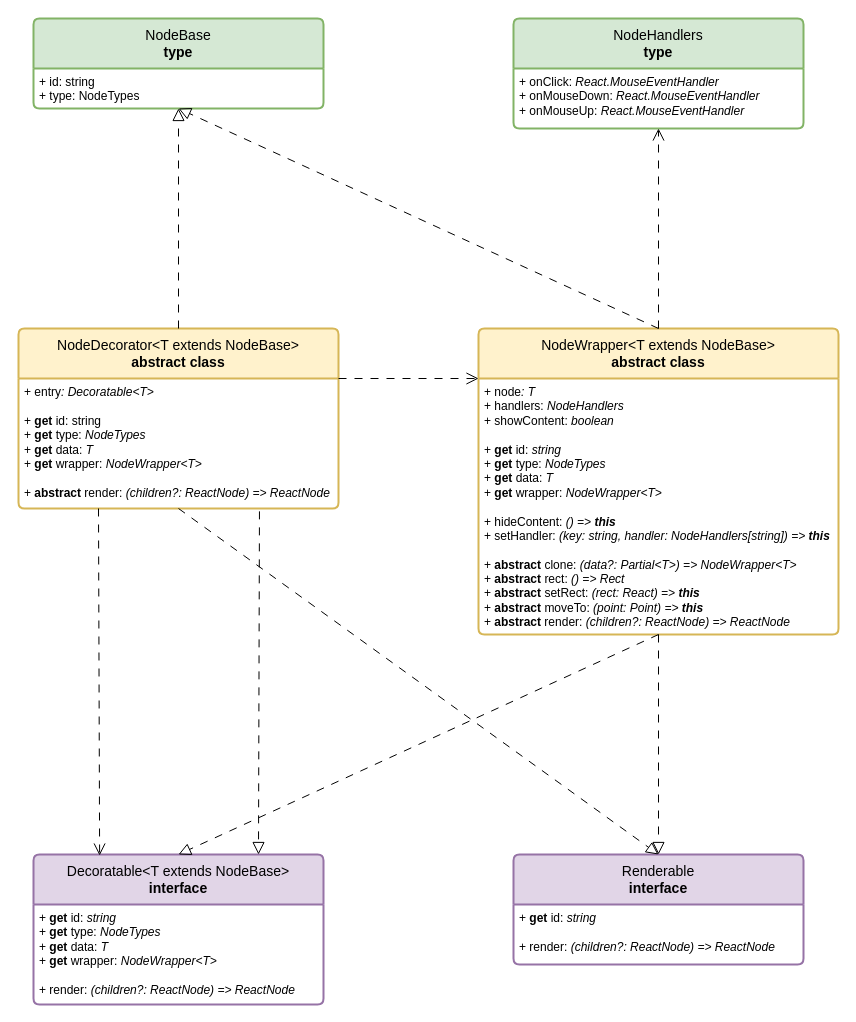
Earlier version of the draw.io diagram page "Core" (2 of 9) of docs/calypso.drawio (TarhunchiKKK/calypso). Source tidied: cells renumbered, new cells numbered last; positions are measured from the earlier drawing's top-left corner, leaving out a move shared by most shapes. Both pictures are drawn from the tidied source at 100%, with x=0, y=0 at pixel (18, 18).
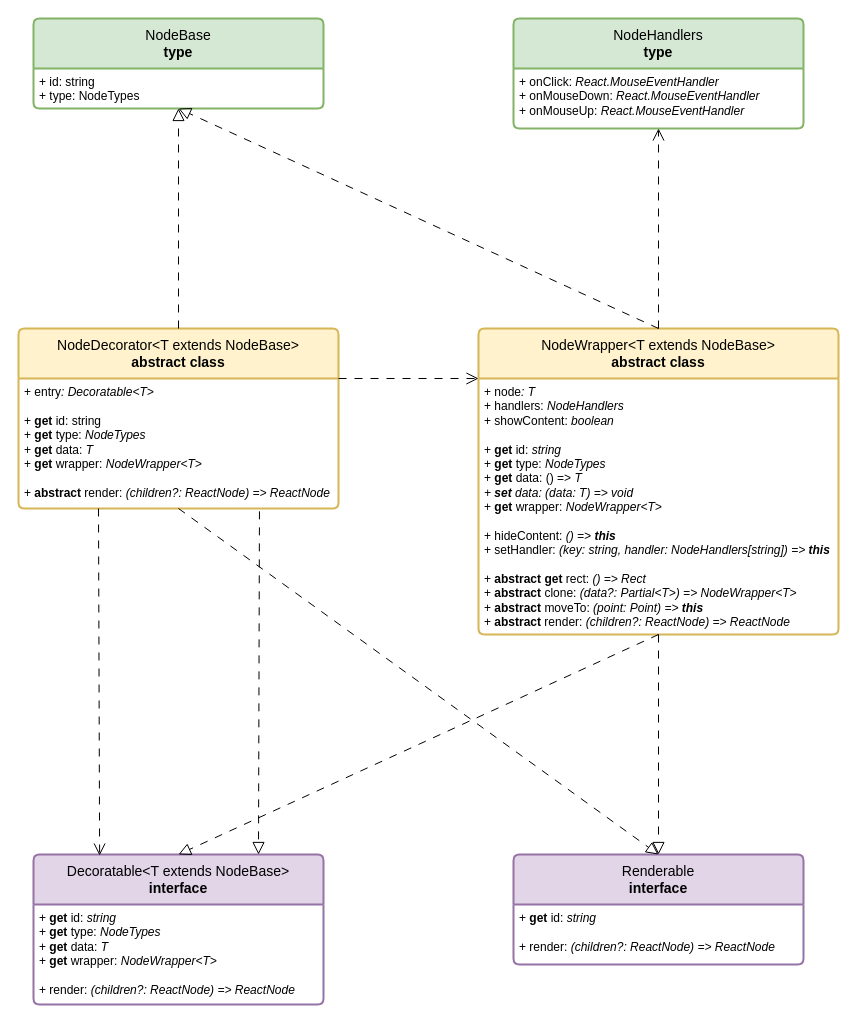
After the change.

Unchanged cells that the change refers to:
```xml
<mxCell id="8" value="NodeWrapper&amp;lt;T extends NodeBase&amp;gt;&lt;div&gt;&lt;b&gt;abstract class&lt;/b&gt;&lt;/div&gt;" style="swimlane;horizontal=1;startSize=50;rounded=1;fontSize=14;fontStyle=0;strokeWidth=2;shadow=0;dashed=0;align=center;arcSize=4;whiteSpace=wrap;html=1;fillColor=#fff2cc;strokeColor=#d6b656;" parent="1" vertex="1">
  <mxGeometry x="460" y="310" width="360" height="306" as="geometry" />
</mxCell>
```

The edit, as a diff of the source:
```diff
@@
-    <mxCell id="9" value="&lt;div&gt;+&amp;nbsp;&lt;span style=&quot;background-color: transparent; color: light-dark(rgb(0, 0, 0), rgb(255, 255, 255));&quot;&gt;node&lt;/span&gt;&lt;i style=&quot;background-color: transparent; color: light-dark(rgb(0, 0, 0), rgb(255, 255, 255));&quot;&gt;: T&lt;/i&gt;&lt;/div&gt;&lt;div&gt;+ handlers: &lt;i&gt;NodeHandlers&lt;/i&gt;&lt;/div&gt;&lt;div&gt;+&amp;nbsp;&lt;span style=&quot;background-color: transparent; color: light-dark(rgb(0, 0, 0), rgb(255, 255, 255));&quot;&gt;showContent:&amp;nbsp;&lt;/span&gt;&lt;i style=&quot;background-color: transparent; color: light-dark(rgb(0, 0, 0), rgb(255, 255, 255));&quot;&gt;boolean&lt;/i&gt;&lt;/div&gt;&lt;div&gt;&lt;br&gt;&lt;/div&gt;+ &lt;b&gt;get&lt;/b&gt;&amp;nbsp;id: &lt;i&gt;string&lt;/i&gt;&lt;div&gt;+&amp;nbsp;&lt;b style=&quot;background-color: transparent; color: light-dark(rgb(0, 0, 0), rgb(255, 255, 255));&quot;&gt;get&lt;/b&gt;&lt;span style=&quot;background-color: transparent; color: light-dark(rgb(0, 0, 0), rgb(255, 255, 255));&quot;&gt;&amp;nbsp;&lt;/span&gt;&lt;span style=&quot;background-color: transparent; color: light-dark(rgb(0, 0, 0), rgb(255, 255, 255));&quot;&gt;type: &lt;i&gt;NodeTypes&lt;/i&gt;&lt;/span&gt;&lt;/div&gt;&lt;div&gt;+&amp;nbsp;&lt;b style=&quot;background-color: transparent; color: light-dark(rgb(0, 0, 0), rgb(255, 255, 255));&quot;&gt;get&lt;/b&gt;&lt;span style=&quot;background-color: transparent; color: light-dark(rgb(0, 0, 0), rgb(255, 255, 255));&quot;&gt;&amp;nbsp;&lt;/span&gt;&lt;span style=&quot;background-color: transparent; color: light-dark(rgb(0, 0, 0), rgb(255, 255, 255));&quot;&gt;data: &lt;i&gt;T&lt;/i&gt;&lt;/span&gt;&lt;/div&gt;&lt;div&gt;+&amp;nbsp;&lt;b style=&quot;background-color: transparent; color: light-dark(rgb(0, 0, 0), rgb(255, 255, 255));&quot;&gt;get&lt;/b&gt;&lt;span style=&quot;background-color: transparent; color: light-dark(rgb(0, 0, 0), rgb(255, 255, 255));&quot;&gt;&amp;nbsp;&lt;/span&gt;&lt;span style=&quot;background-color: transparent; color: light-dark(rgb(0, 0, 0), rgb(255, 255, 255));&quot;&gt;wrapper: &lt;i&gt;NodeWrapper&amp;lt;T&amp;gt;&lt;/i&gt;&lt;/span&gt;&lt;/div&gt;&lt;div&gt;&lt;br&gt;&lt;/div&gt;&lt;div&gt;+ hideContent: &lt;i&gt;() =&amp;gt; &lt;b&gt;this&lt;/b&gt;&lt;/i&gt;&lt;/div&gt;&lt;div&gt;+ setHandler: &lt;i&gt;(key: string, handler: NodeHandlers[string]) =&amp;gt; &lt;b&gt;this&lt;/b&gt;&lt;/i&gt;&lt;/div&gt;&lt;div&gt;&lt;br&gt;&lt;/div&gt;&lt;div&gt;+&amp;nbsp;&lt;b style=&quot;background-color: transparent; color: light-dark(rgb(0, 0, 0), rgb(255, 255, 255));&quot;&gt;abstract&lt;/b&gt;&lt;span style=&quot;background-color: transparent; color: light-dark(rgb(0, 0, 0), rgb(255, 255, 255));&quot;&gt;&amp;nbsp;&lt;/span&gt;&lt;span style=&quot;background-color: transparent; color: light-dark(rgb(0, 0, 0), rgb(255, 255, 255));&quot;&gt;clone: &lt;/span&gt;&lt;i style=&quot;background-color: transparent; color: light-dark(rgb(0, 0, 0), rgb(255, 255, 255));&quot;&gt;(data?: Partial&amp;lt;T&amp;gt;) =&amp;gt; NodeWrapper&amp;lt;T&amp;gt;&lt;/i&gt;&lt;/div&gt;&lt;div&gt;+&amp;nbsp;&lt;b style=&quot;background-color: transparent; color: light-dark(rgb(0, 0, 0), rgb(255, 255, 255));&quot;&gt;abstract&lt;/b&gt;&lt;span style=&quot;background-color: transparent; color: light-dark(rgb(0, 0, 0), rgb(255, 255, 255));&quot;&gt;&amp;nbsp;&lt;/span&gt;&lt;span style=&quot;background-color: transparent; color: light-dark(rgb(0, 0, 0), rgb(255, 255, 255));&quot;&gt;rect: &lt;/span&gt;&lt;i style=&quot;background-color: transparent; color: light-dark(rgb(0, 0, 0), rgb(255, 255, 255));&quot;&gt;() =&amp;gt; Rect&lt;/i&gt;&lt;/div&gt;&lt;div&gt;+&amp;nbsp;&lt;b style=&quot;background-color: transparent; color: light-dark(rgb(0, 0, 0), rgb(255, 255, 255));&quot;&gt;abstract&lt;/b&gt;&lt;span style=&quot;background-color: transparent; color: light-dark(rgb(0, 0, 0), rgb(255, 255, 255));&quot;&gt;&amp;nbsp;&lt;/span&gt;&lt;span style=&quot;background-color: transparent; color: light-dark(rgb(0, 0, 0), rgb(255, 255, 255));&quot;&gt;setRect: &lt;/span&gt;&lt;i style=&quot;background-color: transparent; color: light-dark(rgb(0, 0, 0), rgb(255, 255, 255));&quot;&gt;(rect: React) =&amp;gt; &lt;b&gt;this&lt;/b&gt;&lt;/i&gt;&lt;/div&gt;&lt;div&gt;+&amp;nbsp;&lt;b style=&quot;background-color: transparent; color: light-dark(rgb(0, 0, 0), rgb(255, 255, 255));&quot;&gt;abstract&lt;/b&gt;&lt;span style=&quot;background-color: transparent; color: light-dark(rgb(0, 0, 0), rgb(255, 255, 255));&quot;&gt;&amp;nbsp;&lt;/span&gt;&lt;span style=&quot;background-color: transparent; color: light-dark(rgb(0, 0, 0), rgb(255, 255, 255));&quot;&gt;moveTo: &lt;/span&gt;&lt;i style=&quot;background-color: transparent; color: light-dark(rgb(0, 0, 0), rgb(255, 255, 255));&quot;&gt;(point: Point) =&amp;gt; &lt;b&gt;this&lt;/b&gt;&lt;/i&gt;&lt;/div&gt;&lt;div&gt;+ &lt;b&gt;abstract&lt;/b&gt;&amp;nbsp;render: &lt;i&gt;(children?: ReactNode) =&amp;gt; ReactNode&lt;/i&gt;&lt;/div&gt;" style="align=left;strokeColor=none;fillColor=none;spacingLeft=4;spacingRight=4;fontSize=12;verticalAlign=top;html=1;whiteSpace=wrap;" parent="8" vertex="1">
+    <mxCell id="9" value="&lt;div&gt;+&amp;nbsp;&lt;span style=&quot;background-color: transparent; color: light-dark(rgb(0, 0, 0), rgb(255, 255, 255));&quot;&gt;node&lt;/span&gt;&lt;i style=&quot;background-color: transparent; color: light-dark(rgb(0, 0, 0), rgb(255, 255, 255));&quot;&gt;: T&lt;/i&gt;&lt;/div&gt;&lt;div&gt;+ handlers: &lt;i&gt;NodeHandlers&lt;/i&gt;&lt;/div&gt;&lt;div&gt;+&amp;nbsp;&lt;span style=&quot;background-color: transparent; color: light-dark(rgb(0, 0, 0), rgb(255, 255, 255));&quot;&gt;showContent:&amp;nbsp;&lt;/span&gt;&lt;i style=&quot;background-color: transparent; color: light-dark(rgb(0, 0, 0), rgb(255, 255, 255));&quot;&gt;boolean&lt;/i&gt;&lt;/div&gt;&lt;div&gt;&lt;br&gt;&lt;/div&gt;+ &lt;b&gt;get&lt;/b&gt;&amp;nbsp;id: &lt;i&gt;string&lt;/i&gt;&lt;div&gt;+&amp;nbsp;&lt;b style=&quot;background-color: transparent; color: light-dark(rgb(0, 0, 0), rgb(255, 255, 255));&quot;&gt;get&lt;/b&gt;&lt;span style=&quot;background-color: transparent; color: light-dark(rgb(0, 0, 0), rgb(255, 255, 255));&quot;&gt;&amp;nbsp;&lt;/span&gt;&lt;span style=&quot;background-color: transparent; color: light-dark(rgb(0, 0, 0), rgb(255, 255, 255));&quot;&gt;type: &lt;i&gt;NodeTypes&lt;/i&gt;&lt;/span&gt;&lt;/div&gt;&lt;div&gt;+&amp;nbsp;&lt;b style=&quot;background-color: transparent; color: light-dark(rgb(0, 0, 0), rgb(255, 255, 255));&quot;&gt;get&lt;/b&gt;&lt;span style=&quot;background-color: transparent; color: light-dark(rgb(0, 0, 0), rgb(255, 255, 255));&quot;&gt;&amp;nbsp;&lt;/span&gt;&lt;span style=&quot;background-color: transparent; color: light-dark(rgb(0, 0, 0), rgb(255, 255, 255));&quot;&gt;data: () =&amp;gt;&amp;nbsp;&lt;i&gt;T&lt;/i&gt;&lt;/span&gt;&lt;/div&gt;&lt;div&gt;&lt;span style=&quot;background-color: transparent; color: light-dark(rgb(0, 0, 0), rgb(255, 255, 255));&quot;&gt;&lt;i&gt;+ &lt;b&gt;set&lt;/b&gt;&amp;nbsp;data: (data: T) =&amp;gt; void&lt;/i&gt;&lt;/span&gt;&lt;/div&gt;&lt;div&gt;+&amp;nbsp;&lt;b style=&quot;background-color: transparent; color: light-dark(rgb(0, 0, 0), rgb(255, 255, 255));&quot;&gt;get&lt;/b&gt;&lt;span style=&quot;background-color: transparent; color: light-dark(rgb(0, 0, 0), rgb(255, 255, 255));&quot;&gt;&amp;nbsp;&lt;/span&gt;&lt;span style=&quot;background-color: transparent; color: light-dark(rgb(0, 0, 0), rgb(255, 255, 255));&quot;&gt;wrapper: &lt;i&gt;NodeWrapper&amp;lt;T&amp;gt;&lt;/i&gt;&lt;/span&gt;&lt;/div&gt;&lt;div&gt;&lt;br&gt;&lt;/div&gt;&lt;div&gt;+ hideContent: &lt;i&gt;() =&amp;gt; &lt;b&gt;this&lt;/b&gt;&lt;/i&gt;&lt;/div&gt;&lt;div&gt;+ setHandler: &lt;i&gt;(key: string, handler: NodeHandlers[string]) =&amp;gt; &lt;b&gt;this&lt;/b&gt;&lt;/i&gt;&lt;/div&gt;&lt;div&gt;&lt;br&gt;&lt;/div&gt;&lt;div&gt;+&amp;nbsp;&lt;b style=&quot;color: light-dark(rgb(0, 0, 0), rgb(255, 255, 255)); background-color: transparent;&quot;&gt;abstract&lt;/b&gt;&lt;span style=&quot;color: light-dark(rgb(0, 0, 0), rgb(255, 255, 255)); background-color: transparent;&quot;&gt;&amp;nbsp;&lt;b&gt;get&amp;nbsp;&lt;/b&gt;&lt;/span&gt;&lt;span style=&quot;color: light-dark(rgb(0, 0, 0), rgb(255, 255, 255)); background-color: transparent;&quot;&gt;rect:&amp;nbsp;&lt;/span&gt;&lt;i style=&quot;color: light-dark(rgb(0, 0, 0), rgb(255, 255, 255)); background-color: transparent;&quot;&gt;() =&amp;gt; Rect&lt;/i&gt;&lt;/div&gt;&lt;div&gt;+&amp;nbsp;&lt;b style=&quot;background-color: transparent; color: light-dark(rgb(0, 0, 0), rgb(255, 255, 255));&quot;&gt;abstract&lt;/b&gt;&lt;span style=&quot;background-color: transparent; color: light-dark(rgb(0, 0, 0), rgb(255, 255, 255));&quot;&gt;&amp;nbsp;&lt;/span&gt;&lt;span style=&quot;background-color: transparent; color: light-dark(rgb(0, 0, 0), rgb(255, 255, 255));&quot;&gt;clone: &lt;/span&gt;&lt;i style=&quot;background-color: transparent; color: light-dark(rgb(0, 0, 0), rgb(255, 255, 255));&quot;&gt;(data?: Partial&amp;lt;T&amp;gt;) =&amp;gt; NodeWrapper&amp;lt;T&amp;gt;&lt;/i&gt;&lt;/div&gt;&lt;div&gt;&lt;span style=&quot;background-color: transparent; color: light-dark(rgb(0, 0, 0), rgb(255, 255, 255));&quot;&gt;+&amp;nbsp;&lt;/span&gt;&lt;b style=&quot;background-color: transparent; color: light-dark(rgb(0, 0, 0), rgb(255, 255, 255));&quot;&gt;abstract&lt;/b&gt;&lt;span style=&quot;background-color: transparent; color: light-dark(rgb(0, 0, 0), rgb(255, 255, 255));&quot;&gt;&amp;nbsp;&lt;/span&gt;&lt;span style=&quot;background-color: transparent; color: light-dark(rgb(0, 0, 0), rgb(255, 255, 255));&quot;&gt;moveTo: &lt;/span&gt;&lt;i style=&quot;background-color: transparent; color: light-dark(rgb(0, 0, 0), rgb(255, 255, 255));&quot;&gt;(point: Point) =&amp;gt; &lt;b&gt;this&lt;/b&gt;&lt;/i&gt;&lt;/div&gt;&lt;div&gt;+ &lt;b&gt;abstract&lt;/b&gt;&amp;nbsp;render: &lt;i&gt;(children?: ReactNode) =&amp;gt; ReactNode&lt;/i&gt;&lt;/div&gt;" style="align=left;strokeColor=none;fillColor=none;spacingLeft=4;spacingRight=4;fontSize=12;verticalAlign=top;html=1;whiteSpace=wrap;" parent="8" vertex="1">
       <mxGeometry y="50" width="360" height="256" as="geometry" />
     </mxCell>
```
